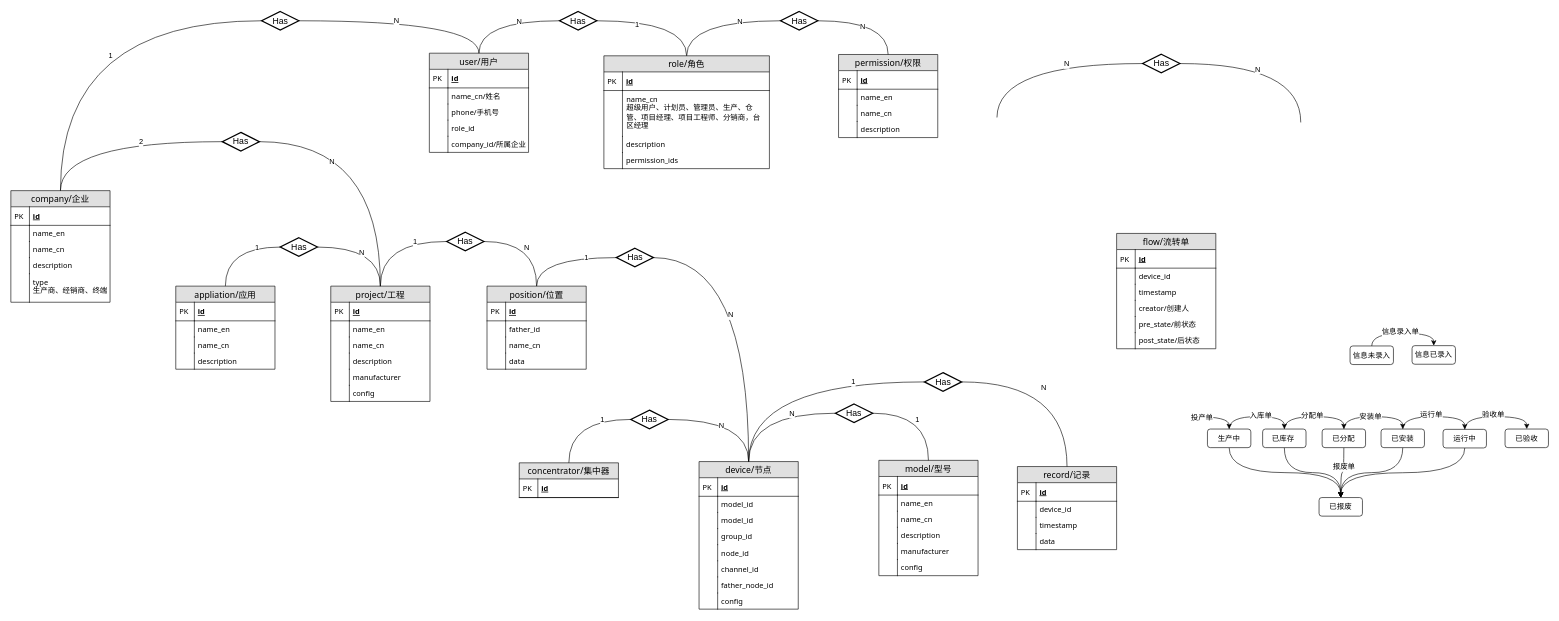
Above: Untitled Diagram.drawio in quarkbyte/2048 (draw.io), before the change. Source tidied: cells renumbered, new cells numbered last; positions are measured from the earlier drawing's top-left corner, leaving out a move shared by most shapes. Both pictures are drawn from the tidied source at 62%, with x=0, y=0 at pixel (11, 11).
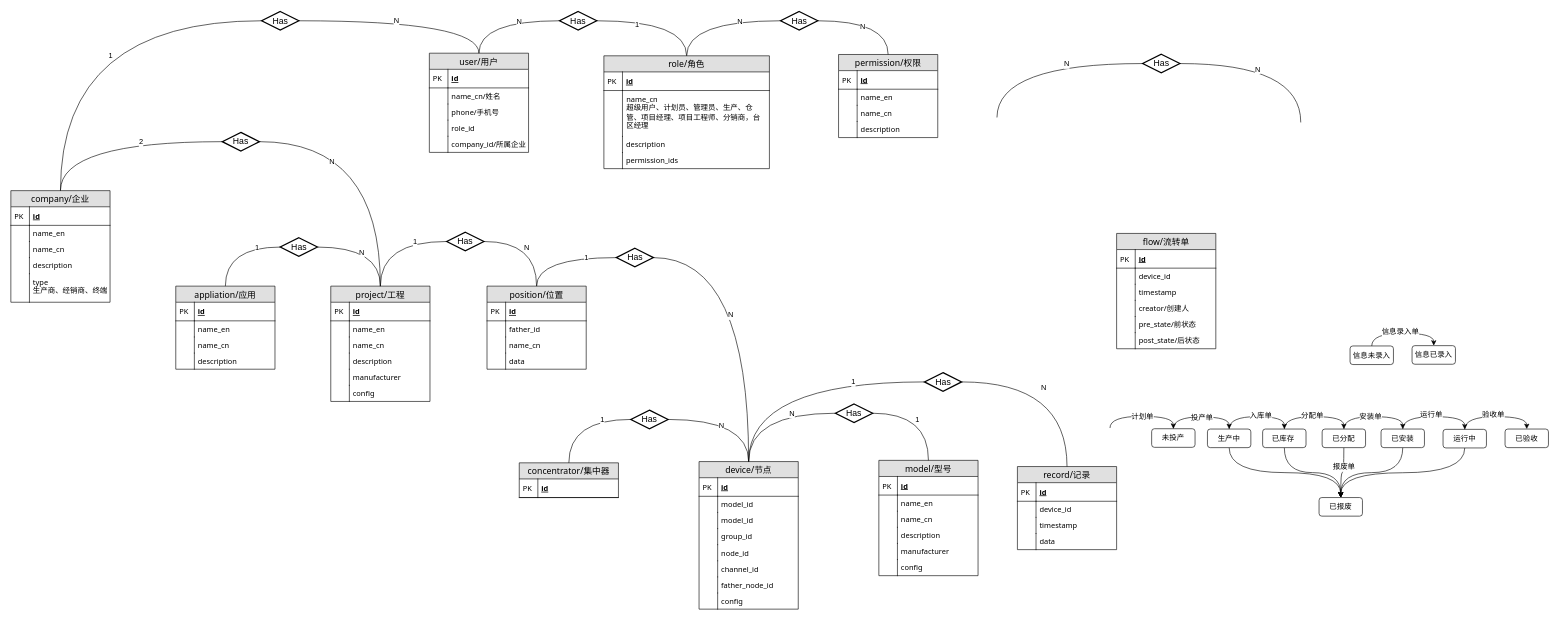
After the change.

The change refers to these unchanged cells:
```xml
<mxCell id="188" value="生产中" style="rounded=1;whiteSpace=wrap;html=1;labelBackgroundColor=none;fontColor=#000000;align=center;" parent="1" vertex="1">
  <mxGeometry x="1930" y="673.5" width="70" height="30" as="geometry" />
</mxCell>
```

Diff of the diagram source:
```diff
@@
-    <mxCell id="183" style="edgeStyle=orthogonalEdgeStyle;curved=1;rounded=0;jettySize=auto;html=1;exitX=0.5;exitY=0;exitDx=0;exitDy=0;endArrow=none;endFill=0;startArrow=classic;startFill=1;" parent="1" edge="1" source="188">
+    <mxCell id="183" style="edgeStyle=orthogonalEdgeStyle;curved=1;rounded=0;jettySize=auto;html=1;exitX=0.5;exitY=0;exitDx=0;exitDy=0;endArrow=none;endFill=0;startArrow=classic;startFill=1;entryX=0.5;entryY=0;entryDx=0;entryDy=0;" parent="1" edge="1" source="188" target="212">
       <mxGeometry relative="1" as="geometry">
-        <mxPoint x="1910" y="654" as="targetPoint" />
+        <Array as="points">
+          <mxPoint x="1965" y="654" />
+          <mxPoint x="1875" y="654" />
+        </Array>
       </mxGeometry>
     </mxCell>
     <mxCell id="184" value="投产单" style="text;html=1;align=center;verticalAlign=middle;labelBackgroundColor=#ffffff;fontColor=#000000;" parent="183" vertex="1">
       <mxGeometry x="-0.02" y="-2" relative="1" as="geometry">
-        <mxPoint x="-28" y="2.5" as="offset" />
+        <mxPoint x="-1.5" y="2" as="offset" />
       </mxGeometry>
     </mxCell>
@@
+    <mxCell id="212" value="未投产" style="rounded=1;whiteSpace=wrap;html=1;labelBackgroundColor=none;fontColor=#000000;align=center;" parent="1" vertex="1">
+      <mxGeometry x="1840" y="673" width="70" height="30" as="geometry" />
+    </mxCell>
+    <mxCell id="213" style="edgeStyle=orthogonalEdgeStyle;curved=1;rounded=0;jettySize=auto;html=1;exitX=0.5;exitY=0;exitDx=0;exitDy=0;endArrow=none;endFill=0;startArrow=classic;startFill=1;entryX=0.5;entryY=0;entryDx=0;entryDy=0;" parent="1" edge="1" source="212">
+      <mxGeometry relative="1" as="geometry">
+        <mxPoint x="1772.8" y="671.8" as="targetPoint" />
+        <Array as="points">
+          <mxPoint x="1875" y="653" />
+          <mxPoint x="1773" y="653" />
+        </Array>
+      </mxGeometry>
+    </mxCell>
+    <mxCell id="214" value="计划单" style="text;html=1;align=center;verticalAlign=middle;labelBackgroundColor=#ffffff;fontColor=#000000;" parent="213" vertex="1">
+      <mxGeometry x="-0.02" y="-2" relative="1" as="geometry">
+        <mxPoint x="-1.5" y="2" as="offset" />
+      </mxGeometry>
+    </mxCell>
```
